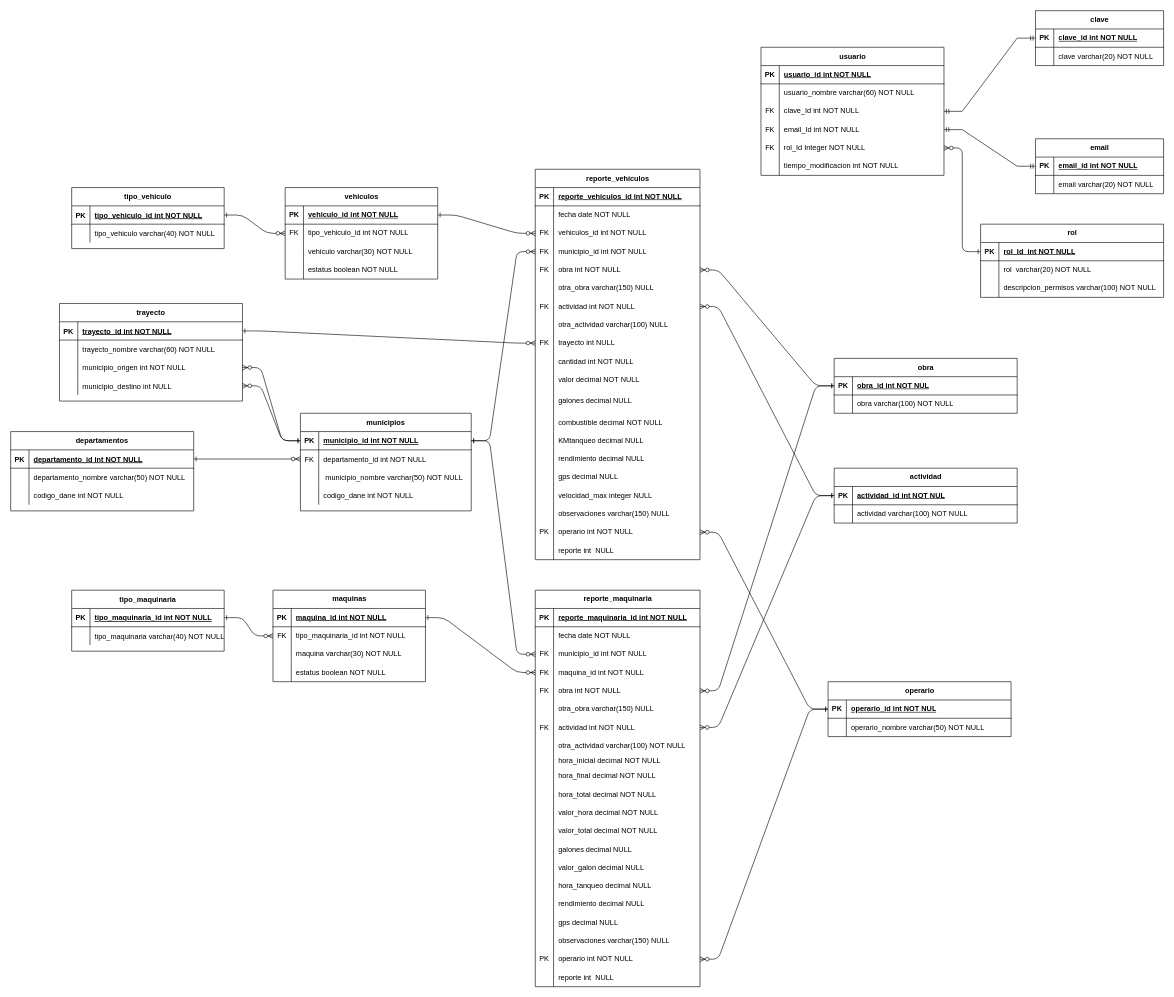
Before: MER/gestionMaquinaria&Vehiculos.drawio in MasacradorM/Gestion-de-Maquinaria-y-Vehiculos, a draw.io diagram. Source tidied: cells renumbered, new cells numbered last; positions are measured from the earlier drawing's top-left corner, leaving out a move shared by most shapes. Both pictures are drawn from the tidied source at 61%, with x=0, y=0 at pixel (10, 10).
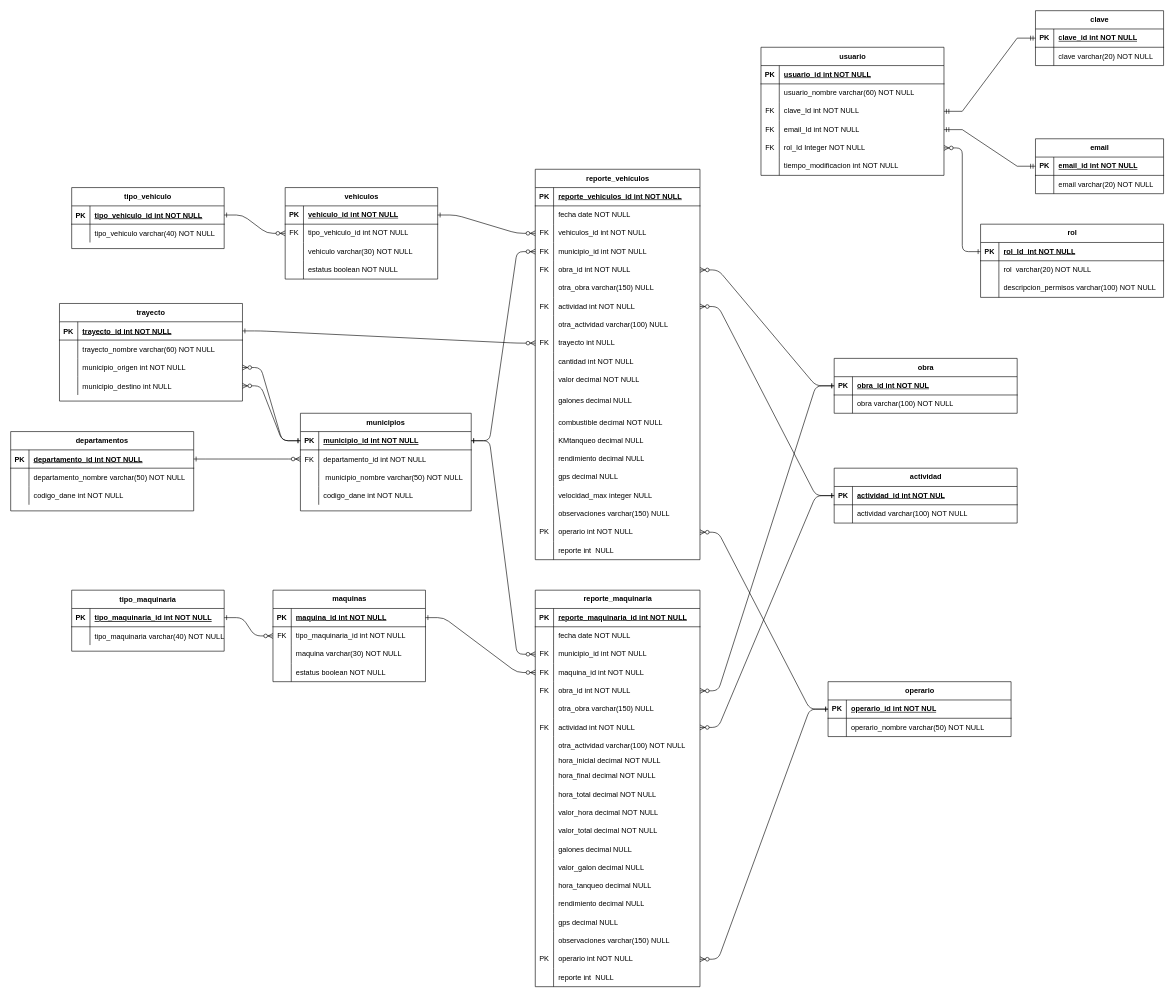
The same page after the edit.

Unchanged cells that the change refers to:
```xml
<mxCell id="60" style="shape=tableRow;horizontal=0;startSize=0;swimlaneHead=0;swimlaneBody=0;fillColor=none;points=[[0,0.5],[1,0.5]];portConstraint=eastwest;top=0;left=0;right=0;bottom=0;" parent="47" vertex="1">
  <mxGeometry y="150" width="270" height="30" as="geometry" />
</mxCell>
<mxCell id="126" style="shape=tableRow;horizontal=0;startSize=0;swimlaneHead=0;swimlaneBody=0;fillColor=none;points=[[0,0.5],[1,0.5]];portConstraint=eastwest;top=0;left=0;right=0;bottom=0;" parent="113" vertex="1">
  <mxGeometry y="150" width="270" height="30" as="geometry" />
</mxCell>
```

Change to the diagram source:
```diff
@@
-    <mxCell id="62" value="obra int NOT NULL" style="shape=partialRectangle;fillColor=none;top=0;left=0;bottom=0;right=0;align=left;spacingLeft=6;overflow=hidden;whiteSpace=wrap;html=1;" parent="60" vertex="1">
+    <mxCell id="62" value="obra_id int NOT NULL" style="shape=partialRectangle;fillColor=none;top=0;left=0;bottom=0;right=0;align=left;spacingLeft=6;overflow=hidden;whiteSpace=wrap;html=1;" parent="60" vertex="1">
       <mxGeometry x="30" width="240" height="30" as="geometry" />
     </mxCell>
@@
-    <mxCell id="128" value="obra int NOT NULL" style="shape=partialRectangle;fillColor=none;top=0;left=0;bottom=0;right=0;align=left;spacingLeft=6;overflow=hidden;whiteSpace=wrap;html=1;" parent="126" vertex="1">
+    <mxCell id="128" value="obra_id int NOT NULL" style="shape=partialRectangle;fillColor=none;top=0;left=0;bottom=0;right=0;align=left;spacingLeft=6;overflow=hidden;whiteSpace=wrap;html=1;" parent="126" vertex="1">
       <mxGeometry x="30" width="240" height="30" as="geometry" />
     </mxCell>
```
